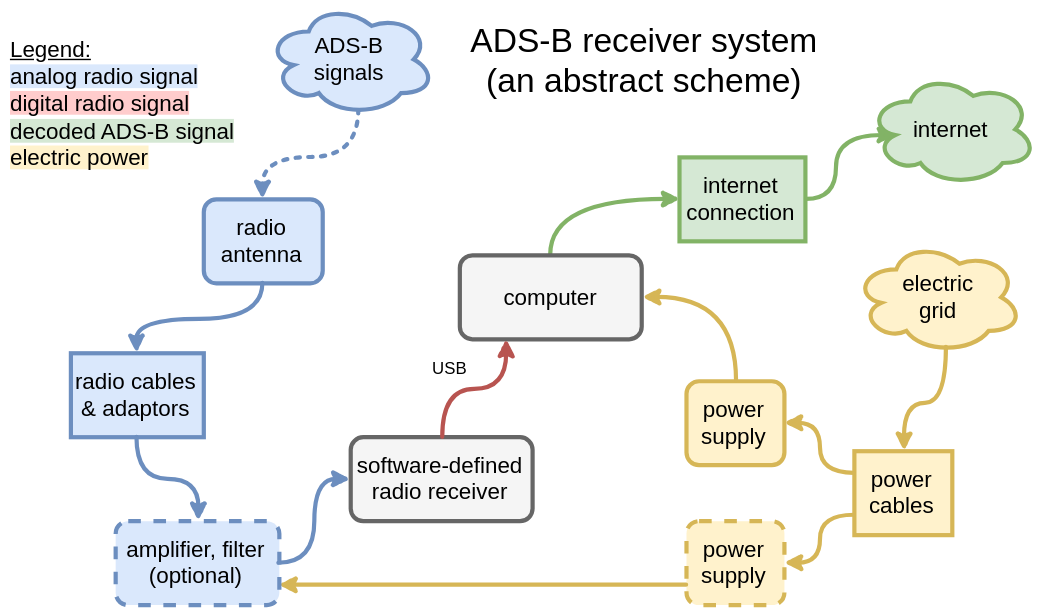
The draw.io diagram assets/posts/adsb-part-2-hardware/adsb-hardware-abstract-schema.svg in bzamecnik/bohumirzamecnik.cz, before a commit. Source tidied: cells renumbered, new cells last; positions are measured from the earlier drawing's top-left corner, leaving out a move shared by most shapes.
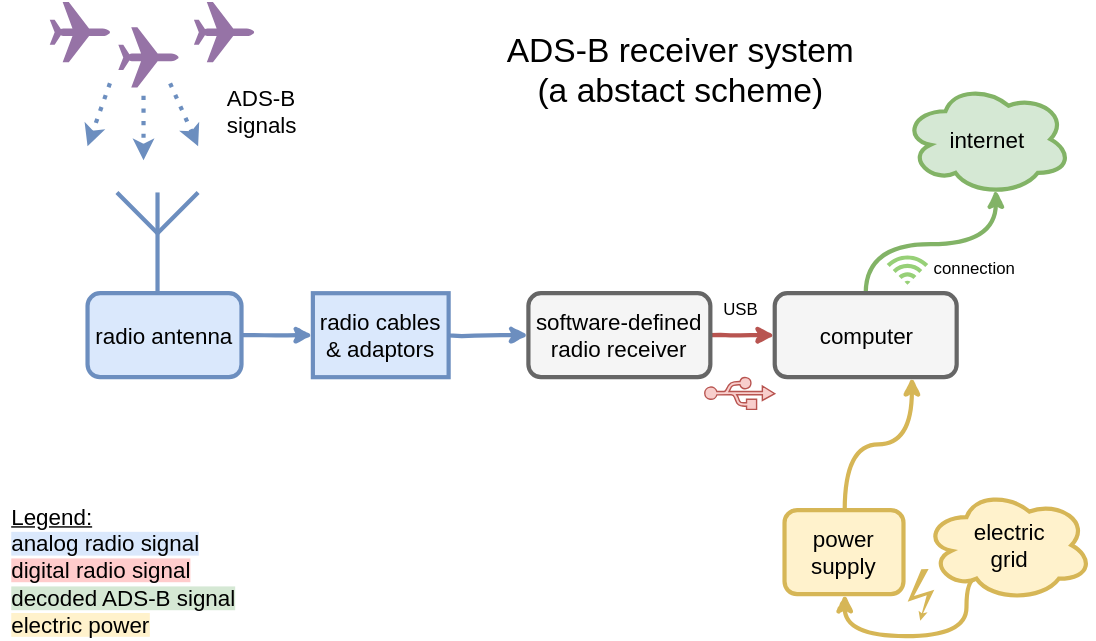
Above is the later version.

What changed in the source:
```diff
@@ -2,90 +2,108 @@
   <root>
     <mxCell id="0" />
     <mxCell id="1" parent="0" />
+    <mxCell id="15" style="edgeStyle=none;rounded=1;comic=1;html=1;exitX=1;exitY=0.5;entryX=0;entryY=0.5;startArrow=none;startFill=0;endArrow=classic;endFill=1;jettySize=auto;strokeColor=#b85450;strokeWidth=3;fillColor=#f8cecc;" parent="1" edge="1" source="2" target="14">
+      <mxGeometry relative="1" as="geometry" />
+    </mxCell>
-    <mxCell id="2" value="&lt;font style=&quot;font-size: 16px&quot;&gt;software-defined radio receiver&lt;/font&gt;" style="rounded=1;whiteSpace=wrap;html=1;strokeWidth=3;fillColor=#f5f5f5;strokeColor=#666666;" parent="1" vertex="1">
-      <mxGeometry x="249" y="310" width="130" height="60" as="geometry" />
+    <mxCell id="2" value="&lt;span&gt;&lt;font style=&quot;font-size: 16px&quot;&gt;software-defined radio receiver&lt;/font&gt;&lt;/span&gt;&lt;br&gt;" style="rounded=1;whiteSpace=wrap;html=1;strokeWidth=3;fillColor=#f5f5f5;strokeColor=#666666;" parent="1" vertex="1">
+      <mxGeometry x="351" y="200" width="130" height="60" as="geometry" />
     </mxCell>
+    <mxCell id="5" style="edgeStyle=none;rounded=1;comic=1;html=1;exitX=1;exitY=0.5;entryX=0;entryY=0.5;startArrow=none;startFill=0;endArrow=classic;endFill=1;jettySize=auto;strokeColor=#6c8ebf;strokeWidth=3;fillColor=#dae8fc;" parent="1" edge="1" source="3" target="4">
+      <mxGeometry relative="1" as="geometry" />
+    </mxCell>
-    <mxCell id="3" value="&lt;font style=&quot;font-size: 16px&quot;&gt;radio antenna&lt;/font&gt;" style="rounded=1;whiteSpace=wrap;html=1;strokeWidth=3;fillColor=#dae8fc;strokeColor=#6c8ebf;" parent="1" vertex="1">
-      <mxGeometry x="144" y="140" width="85" height="60" as="geometry" />
+    <mxCell id="3" value="&lt;span style=&quot;font-size: 16px ; line-height: 19.2px&quot;&gt;radio antenna&lt;/span&gt;" style="rounded=1;whiteSpace=wrap;html=1;strokeWidth=3;fillColor=#dae8fc;strokeColor=#6c8ebf;" parent="1" vertex="1">
+      <mxGeometry x="36" y="200" width="110" height="60" as="geometry" />
     </mxCell>
-    <mxCell id="4" value="&lt;font style=&quot;font-size: 16px&quot;&gt;radio cables &amp;amp; adaptors&lt;/font&gt;" style="rounded=0;whiteSpace=wrap;html=1;strokeWidth=3;fillColor=#dae8fc;strokeColor=#6c8ebf;" parent="1" vertex="1">
-      <mxGeometry x="49" y="250" width="95" height="60" as="geometry" />
-    </mxCell>
-    <mxCell id="5" style="edgeStyle=orthogonalEdgeStyle;curved=1;rounded=0;html=1;exitX=0.5;exitY=1;entryX=0.5;entryY=0;jettySize=auto;strokeWidth=3;fillColor=#dae8fc;strokeColor=#6c8ebf;comic=1;" parent="1" edge="1" source="3" target="4">
-      <mxGeometry relative="1" as="geometry" />
-    </mxCell>
-    <mxCell id="6" value="&lt;span style=&quot;font-size: 16px ; line-height: 19.2px&quot;&gt;power supply&lt;/span&gt;" style="rounded=1;whiteSpace=wrap;html=1;strokeWidth=3;fillColor=#fff2cc;strokeColor=#d6b656;dashed=1;" parent="1" vertex="1">
-      <mxGeometry x="489" y="370" width="70" height="60" as="geometry" />
-    </mxCell>
-    <mxCell id="7" value="&lt;span style=&quot;font-size: 16px ; line-height: 19.2px&quot;&gt;internet connection&lt;/span&gt;" style="rounded=0;whiteSpace=wrap;html=1;strokeWidth=3;fillColor=#d5e8d4;strokeColor=#82b366;" parent="1" vertex="1">
-      <mxGeometry x="484" y="110" width="90" height="60" as="geometry" />
-    </mxCell>
     <mxCell id="8" value="&lt;font style=&quot;font-size: 16px&quot;&gt;internet&lt;/font&gt;" style="ellipse;shape=cloud;whiteSpace=wrap;html=1;rounded=0;strokeWidth=3;fillColor=#d5e8d4;strokeColor=#82b366;" parent="1" vertex="1">
       <mxGeometry x="619" y="50" width="120" height="80" as="geometry" />
     </mxCell>
-    <mxCell id="9" style="edgeStyle=orthogonalEdgeStyle;curved=1;rounded=0;html=1;exitX=1;exitY=0.5;entryX=0.16;entryY=0.55;entryPerimeter=0;jettySize=auto;strokeColor=#82b366;strokeWidth=3;fillColor=#d5e8d4;comic=1;" parent="1" edge="1" source="7" target="8">
-      <mxGeometry relative="1" as="geometry" />
-    </mxCell>
+    <mxCell id="29" style="edgeStyle=orthogonalEdgeStyle;curved=1;rounded=0;comic=1;html=1;exitX=0.31;exitY=0.8;exitPerimeter=0;entryX=0.5;entryY=1;startArrow=none;startFill=0;endArrow=classic;endFill=1;jettySize=auto;strokeColor=#d6b656;strokeWidth=3;fillColor=#fff2cc;" parent="1" edge="1" source="10" target="33">
+      <mxGeometry x="620" y="439" as="geometry">
+        <Array as="points">
+          <mxPoint x="664" y="445" />
+          <mxPoint x="577" y="445" />
+        </Array>
+      </mxGeometry>
+    </mxCell>
     <mxCell id="10" value="&lt;font style=&quot;font-size: 16px&quot;&gt;electric&lt;br&gt;grid&lt;/font&gt;" style="ellipse;shape=cloud;whiteSpace=wrap;html=1;rounded=0;strokeWidth=3;fillColor=#fff2cc;strokeColor=#d6b656;" parent="1" vertex="1">
-      <mxGeometry x="609" y="170" width="120" height="80" as="geometry" />
+      <mxGeometry x="634" y="340" width="120" height="80" as="geometry" />
     </mxCell>
-    <mxCell id="11" style="edgeStyle=orthogonalEdgeStyle;curved=1;rounded=0;html=1;exitX=0.55;exitY=0.95;exitPerimeter=0;entryX=0.5;entryY=0;jettySize=auto;strokeColor=#6c8ebf;fillColor=#dae8fc;strokeWidth=3;dashed=1;dashPattern=1 2;comic=1;" parent="1" edge="1" source="12" target="3">
-      <mxGeometry relative="1" as="geometry" />
-    </mxCell>
-    <mxCell id="12" value="&lt;span style=&quot;font-size: 16px ; line-height: 19.2px&quot;&gt;ADS-B&lt;br&gt;signals&lt;/span&gt;" style="ellipse;shape=cloud;whiteSpace=wrap;html=1;rounded=0;strokeWidth=3;fillColor=#dae8fc;strokeColor=#6c8ebf;" parent="1" vertex="1">
-      <mxGeometry x="189" width="120" height="80" as="geometry" />
-    </mxCell>
-    <mxCell id="13" style="edgeStyle=orthogonalEdgeStyle;curved=1;rounded=0;html=1;exitX=0.5;exitY=0;entryX=0;entryY=0.5;jettySize=auto;strokeWidth=3;fillColor=#d5e8d4;strokeColor=#82b366;comic=1;" parent="1" edge="1" source="14" target="7">
-      <mxGeometry relative="1" as="geometry">
-        <Array as="points">
-          <mxPoint x="392" y="140" />
-        </Array>
-      </mxGeometry>
-    </mxCell>
+    <mxCell id="30" style="edgeStyle=orthogonalEdgeStyle;curved=1;rounded=0;comic=1;html=1;exitX=0.5;exitY=0;entryX=0.55;entryY=0.95;entryPerimeter=0;startArrow=none;startFill=0;endArrow=classic;endFill=1;jettySize=auto;strokeColor=#82b366;strokeWidth=3;fillColor=#d5e8d4;" parent="1" edge="1" source="14" target="8">
+      <mxGeometry x="635" y="161" as="geometry" />
+    </mxCell>
-    <mxCell id="14" value="&lt;span style=&quot;font-size: 16px ; line-height: 19.2px&quot;&gt;computer&lt;/span&gt;" style="rounded=1;whiteSpace=wrap;html=1;strokeWidth=3;fillColor=#f5f5f5;strokeColor=#666666;" parent="1" vertex="1">
-      <mxGeometry x="327" y="180" width="130" height="60" as="geometry" />
+    <mxCell id="14" value="&lt;span&gt;&lt;font style=&quot;font-size: 16px&quot;&gt;computer&lt;/font&gt;&lt;/span&gt;&lt;br&gt;" style="rounded=1;whiteSpace=wrap;html=1;strokeWidth=3;fillColor=#f5f5f5;strokeColor=#666666;" parent="1" vertex="1">
+      <mxGeometry x="527" y="200" width="130" height="60" as="geometry" />
     </mxCell>
-    <mxCell id="15" style="edgeStyle=orthogonalEdgeStyle;curved=1;rounded=0;html=1;exitX=0.5;exitY=0;entryX=0.25;entryY=1;jettySize=auto;strokeColor=#b85450;strokeWidth=3;fillColor=#f8cecc;comic=1;" parent="1" edge="1" source="2" target="14">
-      <mxGeometry relative="1" as="geometry" />
-    </mxCell>
-    <mxCell id="16" style="edgeStyle=orthogonalEdgeStyle;curved=1;rounded=0;comic=1;html=1;exitX=1;exitY=0.75;entryX=0;entryY=0.75;startArrow=classic;startFill=1;endArrow=none;endFill=0;jettySize=auto;strokeColor=#d6b656;strokeWidth=3;fillColor=#fff2cc;" parent="1" edge="1" source="17" target="6">
-      <mxGeometry relative="1" as="geometry" />
-    </mxCell>
-    <mxCell id="17" value="&lt;font style=&quot;font-size: 16px&quot;&gt;amplifier, filter&lt;/font&gt;&lt;div&gt;&lt;font style=&quot;font-size: 16px&quot;&gt;(optional)&lt;/font&gt;&lt;/div&gt;" style="rounded=1;whiteSpace=wrap;html=1;dashed=1;strokeWidth=3;fillColor=#dae8fc;strokeColor=#6c8ebf;" parent="1" vertex="1">
-      <mxGeometry x="81" y="370" width="117" height="60" as="geometry" />
-    </mxCell>
-    <mxCell id="18" style="edgeStyle=orthogonalEdgeStyle;curved=1;rounded=0;comic=1;html=1;exitX=0;exitY=0.5;entryX=1;entryY=0.5;startArrow=classic;startFill=1;endArrow=none;endFill=0;jettySize=auto;strokeColor=#6c8ebf;strokeWidth=3;fillColor=#dae8fc;" parent="1" edge="1" source="2" target="17">
-      <mxGeometry relative="1" as="geometry" />
-    </mxCell>
-    <mxCell id="19" style="edgeStyle=orthogonalEdgeStyle;curved=1;rounded=0;html=1;exitX=0.5;exitY=1;entryX=0.5;entryY=0;jettySize=auto;strokeWidth=3;fillColor=#dae8fc;strokeColor=#6c8ebf;comic=1;" parent="1" edge="1" source="4" target="17">
-      <mxGeometry relative="1" as="geometry" />
-    </mxCell>
-    <mxCell id="20" style="edgeStyle=orthogonalEdgeStyle;curved=1;rounded=0;html=1;exitX=0.5;exitY=0;entryX=0.55;entryY=0.95;entryPerimeter=0;jettySize=auto;strokeColor=#d6b656;strokeWidth=3;fillColor=#fff2cc;startArrow=classic;startFill=1;endArrow=none;endFill=0;comic=1;" parent="1" edge="1" source="21" target="10">
-      <mxGeometry relative="1" as="geometry" />
-    </mxCell>
-    <mxCell id="21" value="&lt;span style=&quot;font-size: 16px ; line-height: 19.2px&quot;&gt;power cables&lt;/span&gt;" style="rounded=0;whiteSpace=wrap;html=1;strokeWidth=3;fillColor=#fff2cc;strokeColor=#d6b656;" parent="1" vertex="1">
-      <mxGeometry x="609" y="320" width="70" height="60" as="geometry" />
-    </mxCell>
-    <mxCell id="22" style="edgeStyle=orthogonalEdgeStyle;curved=1;rounded=0;comic=1;html=1;exitX=1;exitY=0.5;entryX=0;entryY=0.75;startArrow=classic;startFill=1;endArrow=none;endFill=0;jettySize=auto;strokeColor=#d6b656;strokeWidth=3;fillColor=#fff2cc;" parent="1" edge="1" source="6" target="21">
-      <mxGeometry relative="1" as="geometry" />
-    </mxCell>
     <mxCell id="23" value="USB" style="text;html=1;strokeColor=none;fillColor=none;align=center;verticalAlign=middle;whiteSpace=wrap;rounded=0;dashed=1;" parent="1" vertex="1">
-      <mxGeometry x="299" y="250" width="40" height="20" as="geometry" />
+      <mxGeometry x="482" y="201" width="40" height="20" as="geometry" />
     </mxCell>
     <mxCell id="24" value="&lt;div style=&quot;text-align: left&quot;&gt;&lt;font style=&quot;font-size: 16px&quot;&gt;&lt;u&gt;Legend:&lt;/u&gt;&lt;/font&gt;&lt;/div&gt;&lt;font style=&quot;font-size: 16px&quot;&gt;&lt;div style=&quot;text-align: left&quot;&gt;&lt;span style=&quot;line-height: 1.2 ; background-color: rgb(218 , 232 , 252)&quot;&gt;analog radio signal&lt;/span&gt;&lt;/div&gt;&lt;div style=&quot;text-align: left&quot;&gt;&lt;span style=&quot;background-color: rgb(255 , 204 , 204)&quot;&gt;digital radio signal&lt;/span&gt;&lt;/div&gt;&lt;div style=&quot;text-align: left&quot;&gt;&lt;span style=&quot;line-height: 1.2 ; background-color: rgb(213 , 232 , 212)&quot;&gt;decoded ADS-B signal&lt;/span&gt;&lt;/div&gt;&lt;div style=&quot;text-align: left&quot;&gt;&lt;span style=&quot;line-height: 1.2 ; background-color: rgb(255 , 242 , 204)&quot;&gt;electric power&lt;/span&gt;&lt;/div&gt;&lt;/font&gt;" style="text;html=1;strokeColor=none;fillColor=none;align=center;verticalAlign=middle;whiteSpace=wrap;rounded=0;dashed=1;" parent="1" vertex="1">
-      <mxGeometry y="60" width="170" height="20" as="geometry" />
+      <mxGeometry x="-25" y="347" width="172" height="100" as="geometry" />
     </mxCell>
-    <mxCell id="25" value="&lt;font style=&quot;font-size: 24px&quot;&gt;ADS-B receiver system (an abstract scheme)&lt;/font&gt;" style="text;html=1;strokeColor=none;fillColor=none;align=center;verticalAlign=middle;whiteSpace=wrap;rounded=0;dashed=1;" parent="1" vertex="1">
-      <mxGeometry x="319" y="30" width="280" height="20" as="geometry" />
-    </mxCell>
-    <mxCell id="26" style="edgeStyle=orthogonalEdgeStyle;curved=1;rounded=0;comic=1;html=1;exitX=1;exitY=0.5;entryX=0;entryY=0.25;startArrow=classic;startFill=1;endArrow=none;endFill=0;jettySize=auto;strokeColor=#d6b656;strokeWidth=3;fillColor=#fff2cc;" parent="1" edge="1" source="27" target="21">
-      <mxGeometry relative="1" as="geometry" />
-    </mxCell>
-    <mxCell id="27" value="&lt;span style=&quot;font-size: 16px ; line-height: 19.2px&quot;&gt;power supply&lt;/span&gt;" style="rounded=1;whiteSpace=wrap;html=1;strokeWidth=3;fillColor=#fff2cc;strokeColor=#d6b656;" parent="1" vertex="1">
-      <mxGeometry x="489" y="270" width="70" height="60" as="geometry" />
-    </mxCell>
-    <mxCell id="28" style="edgeStyle=orthogonalEdgeStyle;curved=1;rounded=0;comic=1;html=1;exitX=1;exitY=0.5;entryX=0.5;entryY=0;startArrow=classic;startFill=1;endArrow=none;endFill=0;jettySize=auto;strokeColor=#d6b656;strokeWidth=3;fillColor=#fff2cc;" parent="1" edge="1" source="14" target="27">
-      <mxGeometry relative="1" as="geometry" />
-    </mxCell>
+    <mxCell id="31" value="&lt;font style=&quot;font-size: 24px&quot;&gt;ADS-B receiver system&lt;br&gt;(a abstact scheme)&lt;/font&gt;" style="text;html=1;strokeColor=none;fillColor=none;align=center;verticalAlign=middle;whiteSpace=wrap;rounded=0;dashed=1;" parent="1" vertex="1">
+      <mxGeometry x="319" y="30" width="280" height="20" as="geometry" />
+    </mxCell>
+    <mxCell id="32" style="edgeStyle=orthogonalEdgeStyle;curved=1;comic=1;html=1;exitX=0.5;exitY=0;entryX=0.75;entryY=1;startArrow=none;startFill=0;endArrow=classic;endFill=1;jettySize=auto;strokeColor=#d6b656;strokeWidth=3;fillColor=#fff2cc;" parent="1" edge="1" source="33" target="14">
+      <mxGeometry relative="1" as="geometry">
+        <Array as="points">
+          <mxPoint x="577" y="308" />
+          <mxPoint x="625" y="308" />
+        </Array>
+      </mxGeometry>
+    </mxCell>
+    <mxCell id="33" value="&lt;span&gt;&lt;font style=&quot;font-size: 16px&quot;&gt;power supply&lt;/font&gt;&lt;/span&gt;" style="rounded=1;whiteSpace=wrap;html=1;strokeWidth=3;fillColor=#fff2cc;strokeColor=#d6b656;" parent="1" vertex="1">
+      <mxGeometry x="534" y="355" width="85" height="60" as="geometry" />
+    </mxCell>
+    <mxCell id="34" value="connection" style="text;html=1;" parent="1" vertex="1">
+      <mxGeometry x="639" y="169" width="40" height="30" as="geometry" />
+    </mxCell>
+    <mxCell id="35" style="edgeStyle=none;rounded=1;comic=1;html=1;exitX=1;exitY=0.5;entryX=0;entryY=0.5;startArrow=none;startFill=0;endArrow=classic;endFill=1;jettySize=auto;strokeColor=#6c8ebf;strokeWidth=3;fillColor=#dae8fc;" parent="1" edge="1" source="4" target="2">
+      <mxGeometry relative="1" as="geometry" />
+    </mxCell>
+    <mxCell id="4" value="&lt;span&gt;&lt;font style=&quot;font-size: 16px&quot;&gt;radio cables &amp;amp; adaptors&lt;/font&gt;&lt;/span&gt;&lt;br&gt;" style="rounded=0;whiteSpace=wrap;html=1;strokeWidth=3;fillColor=#dae8fc;strokeColor=#6c8ebf;" parent="1" vertex="1">
+      <mxGeometry x="197" y="200" width="97" height="60" as="geometry" />
+    </mxCell>
+    <mxCell id="36" style="verticalLabelPosition=bottom;shadow=0;dashed=0;align=center;fillColor=#dae8fc;html=1;verticalAlign=top;strokeWidth=3;shape=mxgraph.electrical.radio.aerial_-_antenna_1;rounded=0;strokeColor=#6c8ebf;" parent="1" vertex="1">
+      <mxGeometry x="57" y="128" width="58" height="73" as="geometry" />
+    </mxCell>
+    <mxCell id="37" style="shape=mxgraph.signs.safety.high_voltage_1;html=1;fillColor=#D6B656;strokeColor=none;verticalLabelPosition=bottom;verticalAlign=top;align=center;rounded=0;strokeWidth=2;" parent="1" vertex="1">
+      <mxGeometry x="622" y="397" width="19" height="37" as="geometry" />
+    </mxCell>
+    <mxCell id="38" style="shadow=0;dashed=0;html=1;strokeColor=#b85450;shape=mxgraph.mscae.enterprise.usb;fillColor=#f8cecc;rounded=0;" parent="1" vertex="1">
+      <mxGeometry x="477" y="260" width="50" height="23" as="geometry" />
+    </mxCell>
+    <mxCell id="39" style="html=1;verticalLabelPosition=bottom;labelBackgroundColor=#ffffff;verticalAlign=top;strokeWidth=2;strokeColor=none;fillColor=#97D077;shadow=0;dashed=0;shape=mxgraph.ios7.icons.wifi;rounded=0;" parent="1" vertex="1">
+      <mxGeometry x="607" y="173" width="29.7" height="21" as="geometry" />
+    </mxCell>
+    <mxCell id="40" style="shape=mxgraph.signs.transportation.airplane_3;html=1;fillColor=#9673A6;strokeColor=none;verticalLabelPosition=bottom;verticalAlign=top;rounded=0;rotation=90;" parent="1" vertex="1">
+      <mxGeometry x="9" y="-8" width="43" height="43" as="geometry" />
+    </mxCell>
+    <mxCell id="41" style="shape=mxgraph.signs.transportation.airplane_3;html=1;fillColor=#9673A6;strokeColor=none;verticalLabelPosition=bottom;verticalAlign=top;rounded=0;rotation=90;" parent="1" vertex="1">
+      <mxGeometry x="112" y="-8" width="43" height="43" as="geometry" />
+    </mxCell>
+    <mxCell id="42" style="shape=mxgraph.signs.transportation.airplane_3;html=1;fillColor=#9673A6;strokeColor=none;verticalLabelPosition=bottom;verticalAlign=top;rounded=0;rotation=90;" parent="1" vertex="1">
+      <mxGeometry x="58" y="10" width="43" height="43" as="geometry" />
+    </mxCell>
+    <mxCell id="12" value="&lt;font style=&quot;font-size: 16px&quot;&gt;ADS-B&lt;br&gt;signals&lt;/font&gt;" style="text;html=1;" parent="1" vertex="1">
+      <mxGeometry x="134" y="45" width="70" height="50" as="geometry" />
+    </mxCell>
+    <mxCell id="43" style="endArrow=classic;html=1;dashed=1;dashPattern=1 2;strokeColor=#6c8ebf;strokeWidth=3;fillColor=#dae8fc;" parent="1" edge="1">
+      <mxGeometry x="79" y="85" as="geometry">
+        <mxPoint x="52" y="50" as="sourcePoint" />
+        <mxPoint x="36" y="95" as="targetPoint" />
+      </mxGeometry>
+    </mxCell>
+    <mxCell id="44" style="endArrow=classic;html=1;dashed=1;dashPattern=1 2;strokeColor=#6c8ebf;strokeWidth=3;fillColor=#dae8fc;" parent="1" edge="1">
+      <mxGeometry x="109" y="87" as="geometry">
+        <mxPoint x="76" y="59" as="sourcePoint" />
+        <mxPoint x="76" y="105" as="targetPoint" />
+      </mxGeometry>
+    </mxCell>
+    <mxCell id="45" style="endArrow=classic;html=1;dashed=1;dashPattern=1 2;strokeColor=#6c8ebf;strokeWidth=3;fillColor=#dae8fc;" parent="1" edge="1">
+      <mxGeometry x="107" y="102" as="geometry">
+        <mxPoint x="95" y="50" as="sourcePoint" />
+        <mxPoint x="115" y="95" as="targetPoint" />
+      </mxGeometry>
+    </mxCell>
   </root>
 </mxGraphModel>
```
